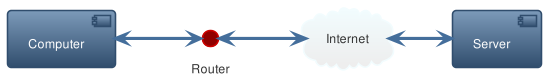
Before: assignment-3/images/assignment3-part4.plantuml.png, a diagram exported from PlantUML (zachporter1999/SYSC4602-Assignments). Its diagram source:
```plantuml
@startuml

left to right direction
!theme spacelab

component computer as "Computer"
circle    router   as "Router"
cloud     internet as "Internet"
component server   as "Server"

computer <--> router

router <--> internet

internet <--> server

@enduml
```
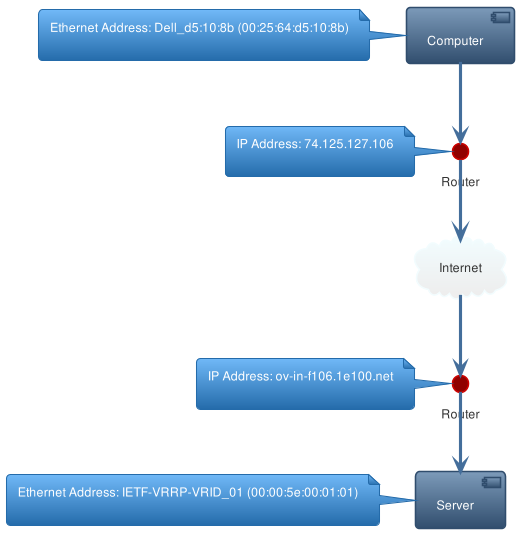
The same file after the commit.

Commit message:
Updated the diagram for part 4.

What changed in the source:
```diff
@@ -1,17 +1,21 @@
 @startuml
 
-left to right direction
 !theme spacelab
 
-component computer as "Computer"
-circle    router   as "Router"
-cloud     internet as "Internet"
-component server   as "Server"
+component computer   as "Computer"
+circle    src_router as "Router"
+cloud     internet   as "Internet"
+circle    dst_router as "Router"
+component server     as "Server"
 
-computer <--> router
+note left of src_router : IP Address: 74.125.127.106\n
+note left of computer   : Ethernet Address: Dell_d5:10:8b (00:25:64:d5:10:8b)\n
+note left of server     : Ethernet Address: IETF-VRRP-VRID_01 (00:00:5e:00:01:01)\n
+note left of dst_router : IP Address: ov-in-f106.1e100.net\n
 
-router <--> internet
-
-internet <--> server
+computer   --> src_router
+src_router --> internet
+internet   --> dst_router
+dst_router --> server
 
 @enduml
```
